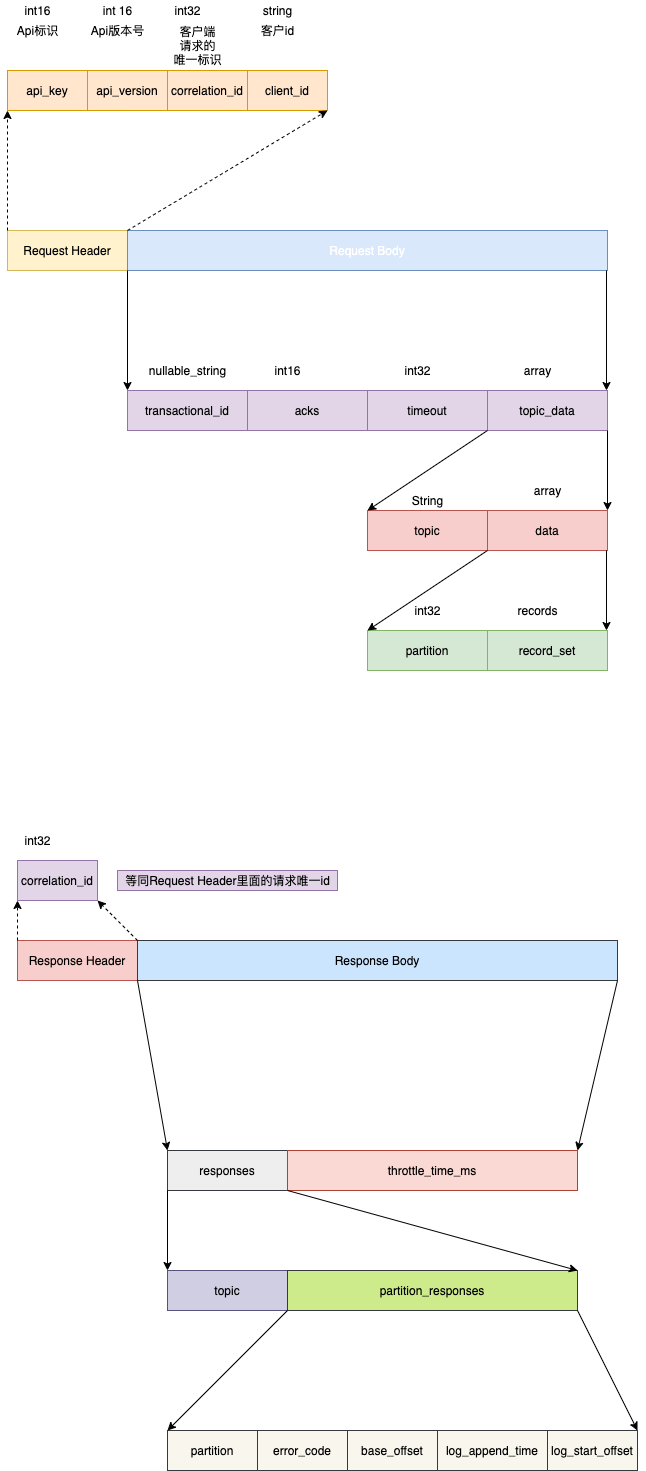
This is kafka/protocol/Request-Response-body-struct.png from sivanbil/architecthure-diagram, a draw.io export, as it was before one commit. Source tidied: cells renumbered, new cells last; positions are measured from the earlier drawing's top-left corner, leaving out a move shared by most shapes. The source it was exported from:
```xml
<mxGraphModel>
  <root>
    <mxCell id="0" />
    <mxCell id="1" parent="0" />
    <mxCell id="2" value="Request Header" style="rounded=0;whiteSpace=wrap;html=1;fillColor=#fff2cc;strokeColor=#d6b656;" parent="1" vertex="1">
      <mxGeometry y="230" width="120" height="40" as="geometry" />
    </mxCell>
    <mxCell id="3" value="Request Body" style="rounded=0;whiteSpace=wrap;html=1;fillColor=#dae8fc;strokeColor=#6c8ebf;fontColor=#ffffff;" parent="1" vertex="1">
      <mxGeometry x="120" y="230" width="480" height="40" as="geometry" />
    </mxCell>
    <mxCell id="4" value="api_key" style="rounded=0;whiteSpace=wrap;html=1;fillColor=#ffe6cc;strokeColor=#d79b00;" parent="1" vertex="1">
      <mxGeometry y="70" width="80" height="40" as="geometry" />
    </mxCell>
    <mxCell id="5" value="api_version" style="rounded=0;whiteSpace=wrap;html=1;fillColor=#ffe6cc;strokeColor=#d79b00;" parent="1" vertex="1">
      <mxGeometry x="80" y="70" width="80" height="40" as="geometry" />
    </mxCell>
    <mxCell id="6" value="correlation_id" style="rounded=0;whiteSpace=wrap;html=1;fillColor=#ffe6cc;strokeColor=#d79b00;" parent="1" vertex="1">
      <mxGeometry x="160" y="70" width="80" height="40" as="geometry" />
    </mxCell>
    <mxCell id="7" value="client_id" style="rounded=0;whiteSpace=wrap;html=1;fillColor=#ffe6cc;strokeColor=#d79b00;" parent="1" vertex="1">
      <mxGeometry x="240" y="70" width="80" height="40" as="geometry" />
    </mxCell>
    <mxCell id="8" style="endArrow=classic;html=1;exitX=0;exitY=0;exitDx=0;exitDy=0;entryX=1;entryY=1;entryDx=0;entryDy=0;dashed=1;" parent="1" edge="1" source="3" target="7">
      <mxGeometry relative="1" as="geometry" />
    </mxCell>
    <mxCell id="9" style="endArrow=classic;html=1;entryX=0;entryY=1;entryDx=0;entryDy=0;exitX=0;exitY=0;exitDx=0;exitDy=0;dashed=1;" parent="1" edge="1" source="2" target="4">
      <mxGeometry relative="1" as="geometry" />
    </mxCell>
    <mxCell id="10" value="Api标识" style="text;html=1;align=center;verticalAlign=middle;strokeColor=none;fillColor=none;" parent="1" vertex="1">
      <mxGeometry y="20" width="60" height="20" as="geometry" />
    </mxCell>
    <mxCell id="11" value="Api版本号" style="text;html=1;align=center;verticalAlign=middle;strokeColor=none;fillColor=none;" parent="1" vertex="1">
      <mxGeometry x="75" y="20" width="70" height="20" as="geometry" />
    </mxCell>
    <mxCell id="12" value="客户端&lt;br&gt;请求的&lt;br&gt;唯一标识" style="text;html=1;align=center;verticalAlign=middle;strokeColor=none;fillColor=none;" parent="1" vertex="1">
      <mxGeometry x="160" y="20" width="60" height="50" as="geometry" />
    </mxCell>
    <mxCell id="13" value="客户id" style="text;html=1;align=center;verticalAlign=middle;strokeColor=none;fillColor=none;" parent="1" vertex="1">
      <mxGeometry x="245" y="20" width="50" height="20" as="geometry" />
    </mxCell>
    <mxCell id="14" value="Response Header" style="rounded=0;whiteSpace=wrap;html=1;fillColor=#f8cecc;strokeColor=#b85450;" parent="1" vertex="1">
      <mxGeometry x="10" y="940" width="120" height="40" as="geometry" />
    </mxCell>
    <mxCell id="15" value="Response Body" style="rounded=0;whiteSpace=wrap;html=1;fillColor=#cce5ff;strokeColor=#36393d;" parent="1" vertex="1">
      <mxGeometry x="130" y="940" width="480" height="40" as="geometry" />
    </mxCell>
    <mxCell id="16" value="&lt;span&gt;correlation_id&lt;/span&gt;" style="rounded=0;whiteSpace=wrap;html=1;fillColor=#e1d5e7;strokeColor=#9673a6;" parent="1" vertex="1">
      <mxGeometry x="10" y="860" width="80" height="40" as="geometry" />
    </mxCell>
    <mxCell id="17" style="endArrow=classic;html=1;entryX=0;entryY=1;entryDx=0;entryDy=0;exitX=0;exitY=0;exitDx=0;exitDy=0;dashed=1;" parent="1" edge="1" source="14" target="16">
      <mxGeometry relative="1" as="geometry" />
    </mxCell>
    <mxCell id="18" style="endArrow=classic;html=1;entryX=0;entryY=1;entryDx=0;entryDy=0;exitX=1;exitY=0;exitDx=0;exitDy=0;dashed=1;" parent="1" edge="1" source="14">
      <mxGeometry relative="1" as="geometry">
        <mxPoint x="90" y="900" as="targetPoint" />
      </mxGeometry>
    </mxCell>
    <mxCell id="19" value="等同Request Header里面的请求唯一id" style="text;html=1;align=center;verticalAlign=middle;strokeColor=#9673a6;fillColor=#e1d5e7;" parent="1" vertex="1">
      <mxGeometry x="110" y="870" width="220" height="20" as="geometry" />
    </mxCell>
    <mxCell id="20" value="int32" style="text;html=1;align=center;verticalAlign=middle;strokeColor=none;fillColor=none;" parent="1" vertex="1">
      <mxGeometry x="10" y="830" width="40" height="20" as="geometry" />
    </mxCell>
    <mxCell id="21" value="int16" style="text;html=1;align=center;verticalAlign=middle;strokeColor=none;fillColor=none;" parent="1" vertex="1">
      <mxGeometry x="10" width="40" height="20" as="geometry" />
    </mxCell>
    <mxCell id="22" value="int 16" style="text;html=1;align=center;verticalAlign=middle;strokeColor=none;fillColor=none;" parent="1" vertex="1">
      <mxGeometry x="90" width="40" height="20" as="geometry" />
    </mxCell>
    <mxCell id="23" value="int32" style="text;html=1;align=center;verticalAlign=middle;strokeColor=none;fillColor=none;" parent="1" vertex="1">
      <mxGeometry x="160" width="40" height="20" as="geometry" />
    </mxCell>
    <mxCell id="24" value="string" style="text;html=1;align=center;verticalAlign=middle;strokeColor=none;fillColor=none;" parent="1" vertex="1">
      <mxGeometry x="250" width="40" height="20" as="geometry" />
    </mxCell>
    <mxCell id="25" value="transactional_id" style="rounded=0;whiteSpace=wrap;html=1;fillColor=#e1d5e7;strokeColor=#9673a6;" parent="1" vertex="1">
      <mxGeometry x="120" y="390" width="120" height="40" as="geometry" />
    </mxCell>
    <mxCell id="26" value="acks" style="rounded=0;whiteSpace=wrap;html=1;fillColor=#e1d5e7;strokeColor=#9673a6;" parent="1" vertex="1">
      <mxGeometry x="240" y="390" width="120" height="40" as="geometry" />
    </mxCell>
    <mxCell id="27" value="timeout" style="rounded=0;whiteSpace=wrap;html=1;fillColor=#e1d5e7;strokeColor=#9673a6;" parent="1" vertex="1">
      <mxGeometry x="360" y="390" width="120" height="40" as="geometry" />
    </mxCell>
    <mxCell id="28" value="topic_data" style="rounded=0;whiteSpace=wrap;html=1;fillColor=#e1d5e7;strokeColor=#9673a6;" parent="1" vertex="1">
      <mxGeometry x="480" y="390" width="120" height="40" as="geometry" />
    </mxCell>
    <mxCell id="29" value="topic" style="rounded=0;whiteSpace=wrap;html=1;fillColor=#f8cecc;strokeColor=#b85450;" parent="1" vertex="1">
      <mxGeometry x="360" y="510" width="120" height="40" as="geometry" />
    </mxCell>
    <mxCell id="30" value="data" style="rounded=0;whiteSpace=wrap;html=1;fillColor=#f8cecc;strokeColor=#b85450;" parent="1" vertex="1">
      <mxGeometry x="480" y="510" width="120" height="40" as="geometry" />
    </mxCell>
    <mxCell id="31" style="endArrow=classic;html=1;entryX=0;entryY=0;entryDx=0;entryDy=0;exitX=0;exitY=1;exitDx=0;exitDy=0;" parent="1" edge="1" source="28" target="29">
      <mxGeometry relative="1" as="geometry" />
    </mxCell>
    <mxCell id="32" style="endArrow=classic;html=1;exitX=1;exitY=1;exitDx=0;exitDy=0;entryX=1;entryY=0;entryDx=0;entryDy=0;" parent="1" edge="1" source="28" target="30">
      <mxGeometry relative="1" as="geometry" />
    </mxCell>
    <mxCell id="33" value="partition" style="rounded=0;whiteSpace=wrap;html=1;fillColor=#d5e8d4;strokeColor=#82b366;" parent="1" vertex="1">
      <mxGeometry x="360" y="630" width="120" height="40" as="geometry" />
    </mxCell>
    <mxCell id="34" value="record_set" style="rounded=0;whiteSpace=wrap;html=1;fillColor=#d5e8d4;strokeColor=#82b366;" parent="1" vertex="1">
      <mxGeometry x="480" y="630" width="120" height="40" as="geometry" />
    </mxCell>
    <mxCell id="35" style="endArrow=classic;html=1;entryX=0;entryY=0;entryDx=0;entryDy=0;exitX=0;exitY=1;exitDx=0;exitDy=0;" parent="1" edge="1">
      <mxGeometry relative="1" as="geometry">
        <mxPoint x="480" y="550" as="sourcePoint" />
        <mxPoint x="360" y="630" as="targetPoint" />
      </mxGeometry>
    </mxCell>
    <mxCell id="36" style="endArrow=classic;html=1;exitX=1;exitY=1;exitDx=0;exitDy=0;entryX=1;entryY=0;entryDx=0;entryDy=0;" parent="1" edge="1">
      <mxGeometry relative="1" as="geometry">
        <mxPoint x="599" y="550" as="sourcePoint" />
        <mxPoint x="599" y="630" as="targetPoint" />
      </mxGeometry>
    </mxCell>
    <mxCell id="37" style="endArrow=classic;html=1;exitX=0;exitY=1;exitDx=0;exitDy=0;" parent="1" edge="1" source="3">
      <mxGeometry relative="1" as="geometry">
        <mxPoint x="120" y="390" as="targetPoint" />
      </mxGeometry>
    </mxCell>
    <mxCell id="38" style="endArrow=classic;html=1;exitX=0;exitY=1;exitDx=0;exitDy=0;" parent="1" edge="1">
      <mxGeometry relative="1" as="geometry">
        <mxPoint x="599" y="270" as="sourcePoint" />
        <mxPoint x="599" y="390" as="targetPoint" />
      </mxGeometry>
    </mxCell>
    <mxCell id="39" value="nullable_string" style="text;html=1;align=center;verticalAlign=middle;strokeColor=none;fillColor=none;" parent="1" vertex="1">
      <mxGeometry x="135" y="360" width="90" height="20" as="geometry" />
    </mxCell>
    <mxCell id="40" value="int16" style="text;html=1;align=center;verticalAlign=middle;strokeColor=none;fillColor=none;" parent="1" vertex="1">
      <mxGeometry x="260" y="360" width="40" height="20" as="geometry" />
    </mxCell>
    <mxCell id="41" value="int32" style="text;html=1;align=center;verticalAlign=middle;strokeColor=none;fillColor=none;" parent="1" vertex="1">
      <mxGeometry x="390" y="360" width="40" height="20" as="geometry" />
    </mxCell>
    <mxCell id="42" value="array" style="text;html=1;align=center;verticalAlign=middle;strokeColor=none;fillColor=none;" parent="1" vertex="1">
      <mxGeometry x="510" y="360" width="40" height="20" as="geometry" />
    </mxCell>
    <mxCell id="43" value="array" style="text;html=1;align=center;verticalAlign=middle;strokeColor=none;fillColor=none;" parent="1" vertex="1">
      <mxGeometry x="520" y="480" width="40" height="20" as="geometry" />
    </mxCell>
    <mxCell id="44" value="String" style="text;html=1;align=center;verticalAlign=middle;strokeColor=none;fillColor=none;" parent="1" vertex="1">
      <mxGeometry x="395" y="490" width="50" height="20" as="geometry" />
    </mxCell>
    <mxCell id="45" value="int32" style="text;html=1;align=center;verticalAlign=middle;strokeColor=none;fillColor=none;" parent="1" vertex="1">
      <mxGeometry x="400" y="600" width="40" height="20" as="geometry" />
    </mxCell>
    <mxCell id="46" value="records" style="text;html=1;align=center;verticalAlign=middle;strokeColor=none;fillColor=none;" parent="1" vertex="1">
      <mxGeometry x="500" y="600" width="60" height="20" as="geometry" />
    </mxCell>
    <mxCell id="47" value="responses" style="rounded=0;whiteSpace=wrap;html=1;fillColor=#eeeeee;strokeColor=#36393d;" parent="1" vertex="1">
      <mxGeometry x="160" y="1150" width="120" height="40" as="geometry" />
    </mxCell>
    <mxCell id="48" value="throttle_time_ms" style="rounded=0;whiteSpace=wrap;html=1;fillColor=#fad9d5;strokeColor=#ae4132;" parent="1" vertex="1">
      <mxGeometry x="280" y="1150" width="290" height="40" as="geometry" />
    </mxCell>
    <mxCell id="49" value="topic" style="rounded=0;whiteSpace=wrap;html=1;fillColor=#d0cee2;strokeColor=#56517e;" parent="1" vertex="1">
      <mxGeometry x="160" y="1270" width="120" height="40" as="geometry" />
    </mxCell>
    <mxCell id="50" value="partition_responses" style="rounded=0;whiteSpace=wrap;html=1;fillColor=#cdeb8b;strokeColor=#36393d;" parent="1" vertex="1">
      <mxGeometry x="280" y="1270" width="290" height="40" as="geometry" />
    </mxCell>
    <mxCell id="51" value="partition" style="rounded=0;whiteSpace=wrap;html=1;fillColor=#f9f7ed;strokeColor=#36393d;" parent="1" vertex="1">
      <mxGeometry x="160" y="1430" width="90" height="40" as="geometry" />
    </mxCell>
    <mxCell id="52" value="error_code" style="rounded=0;whiteSpace=wrap;html=1;fillColor=#f9f7ed;strokeColor=#36393d;" parent="1" vertex="1">
      <mxGeometry x="250" y="1430" width="90" height="40" as="geometry" />
    </mxCell>
    <mxCell id="53" value="base_offset" style="rounded=0;whiteSpace=wrap;html=1;fillColor=#f9f7ed;strokeColor=#36393d;" parent="1" vertex="1">
      <mxGeometry x="340" y="1430" width="90" height="40" as="geometry" />
    </mxCell>
    <mxCell id="54" value="log_append_time" style="rounded=0;whiteSpace=wrap;html=1;fillColor=#f9f7ed;strokeColor=#36393d;" parent="1" vertex="1">
      <mxGeometry x="430" y="1430" width="110" height="40" as="geometry" />
    </mxCell>
    <mxCell id="55" value="log_start_offset" style="rounded=0;whiteSpace=wrap;html=1;fillColor=#f9f7ed;strokeColor=#36393d;" parent="1" vertex="1">
      <mxGeometry x="540" y="1430" width="90" height="40" as="geometry" />
    </mxCell>
    <mxCell id="56" style="endArrow=classic;html=1;entryX=0;entryY=0;entryDx=0;entryDy=0;exitX=0;exitY=1;exitDx=0;exitDy=0;" parent="1" edge="1" source="15" target="47">
      <mxGeometry relative="1" as="geometry" />
    </mxCell>
    <mxCell id="57" style="endArrow=classic;html=1;entryX=1;entryY=0;entryDx=0;entryDy=0;exitX=0;exitY=1;exitDx=0;exitDy=0;" parent="1" edge="1" target="48">
      <mxGeometry relative="1" as="geometry">
        <mxPoint x="610" y="980" as="sourcePoint" />
      </mxGeometry>
    </mxCell>
    <mxCell id="58" style="endArrow=classic;html=1;entryX=0;entryY=0;entryDx=0;entryDy=0;exitX=0;exitY=1;exitDx=0;exitDy=0;" parent="1" edge="1" target="49">
      <mxGeometry relative="1" as="geometry">
        <mxPoint x="160" y="1190" as="sourcePoint" />
      </mxGeometry>
    </mxCell>
    <mxCell id="59" style="endArrow=classic;html=1;entryX=1;entryY=0;entryDx=0;entryDy=0;exitX=0;exitY=1;exitDx=0;exitDy=0;" parent="1" edge="1" target="50">
      <mxGeometry relative="1" as="geometry">
        <mxPoint x="280" y="1190" as="sourcePoint" />
      </mxGeometry>
    </mxCell>
    <mxCell id="60" style="endArrow=classic;html=1;entryX=0;entryY=0;entryDx=0;entryDy=0;exitX=0;exitY=1;exitDx=0;exitDy=0;" parent="1" edge="1" target="51">
      <mxGeometry relative="1" as="geometry">
        <mxPoint x="280" y="1310" as="sourcePoint" />
      </mxGeometry>
    </mxCell>
    <mxCell id="61" style="endArrow=classic;html=1;entryX=1;entryY=0;entryDx=0;entryDy=0;exitX=0;exitY=1;exitDx=0;exitDy=0;" parent="1" edge="1" target="55">
      <mxGeometry relative="1" as="geometry">
        <mxPoint x="570" y="1310" as="sourcePoint" />
      </mxGeometry>
    </mxCell>
  </root>
</mxGraphModel>
```
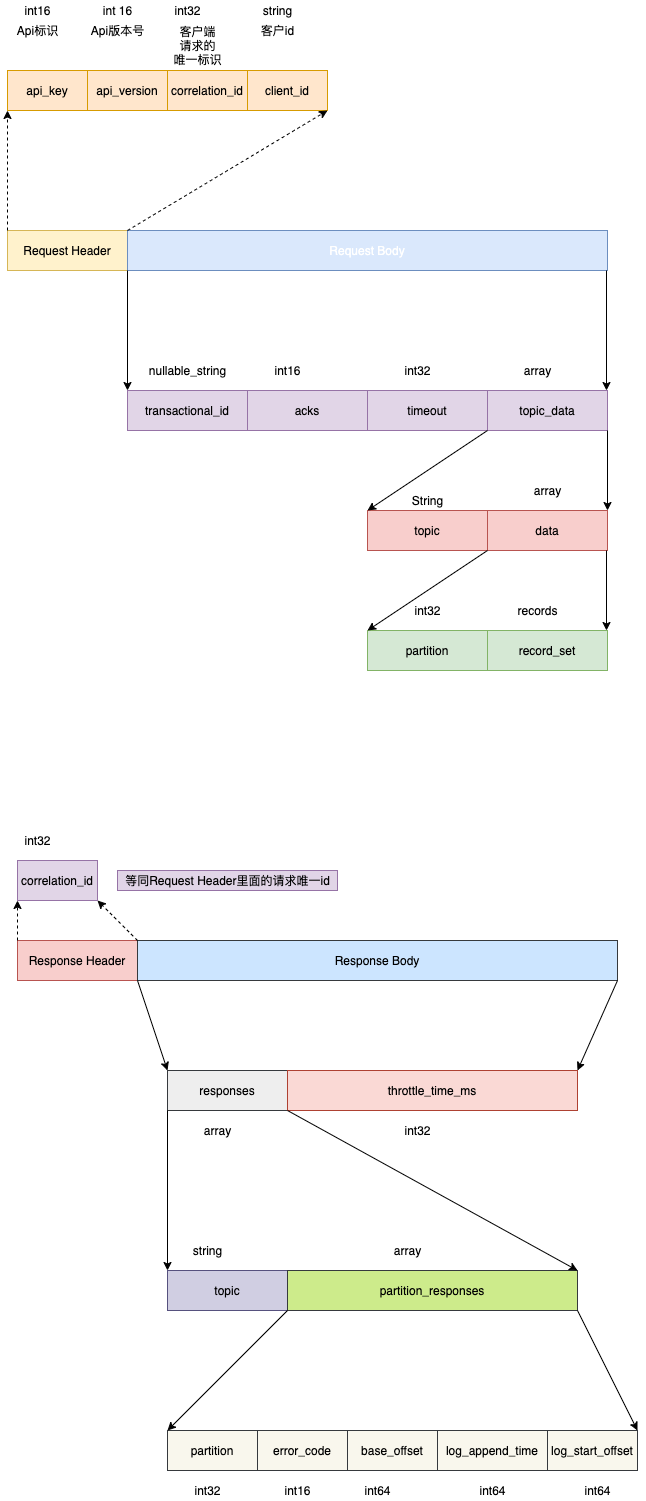
Above is the later version.

Change to the diagram source:
```diff
@@ -151,10 +151,10 @@
       <mxGeometry x="500" y="600" width="60" height="20" as="geometry" />
     </mxCell>
     <mxCell id="47" value="responses" style="rounded=0;whiteSpace=wrap;html=1;fillColor=#eeeeee;strokeColor=#36393d;" parent="1" vertex="1">
-      <mxGeometry x="160" y="1150" width="120" height="40" as="geometry" />
+      <mxGeometry x="160" y="1070" width="120" height="40" as="geometry" />
     </mxCell>
     <mxCell id="48" value="throttle_time_ms" style="rounded=0;whiteSpace=wrap;html=1;fillColor=#fad9d5;strokeColor=#ae4132;" parent="1" vertex="1">
-      <mxGeometry x="280" y="1150" width="290" height="40" as="geometry" />
+      <mxGeometry x="280" y="1070" width="290" height="40" as="geometry" />
     </mxCell>
     <mxCell id="49" value="topic" style="rounded=0;whiteSpace=wrap;html=1;fillColor=#d0cee2;strokeColor=#56517e;" parent="1" vertex="1">
       <mxGeometry x="160" y="1270" width="120" height="40" as="geometry" />
@@ -185,15 +185,11 @@
         <mxPoint x="610" y="980" as="sourcePoint" />
       </mxGeometry>
     </mxCell>
-    <mxCell id="58" style="endArrow=classic;html=1;entryX=0;entryY=0;entryDx=0;entryDy=0;exitX=0;exitY=1;exitDx=0;exitDy=0;" parent="1" edge="1" target="49">
-      <mxGeometry relative="1" as="geometry">
-        <mxPoint x="160" y="1190" as="sourcePoint" />
-      </mxGeometry>
+    <mxCell id="58" style="endArrow=classic;html=1;entryX=0;entryY=0;entryDx=0;entryDy=0;exitX=0;exitY=1;exitDx=0;exitDy=0;" parent="1" edge="1" source="47" target="49">
+      <mxGeometry relative="1" as="geometry" />
     </mxCell>
-    <mxCell id="59" style="endArrow=classic;html=1;entryX=1;entryY=0;entryDx=0;entryDy=0;exitX=0;exitY=1;exitDx=0;exitDy=0;" parent="1" edge="1" target="50">
-      <mxGeometry relative="1" as="geometry">
-        <mxPoint x="280" y="1190" as="sourcePoint" />
-      </mxGeometry>
+    <mxCell id="59" style="endArrow=classic;html=1;entryX=1;entryY=0;entryDx=0;entryDy=0;exitX=1;exitY=1;exitDx=0;exitDy=0;" parent="1" edge="1" source="47" target="50">
+      <mxGeometry relative="1" as="geometry" />
     </mxCell>
     <mxCell id="60" style="endArrow=classic;html=1;entryX=0;entryY=0;entryDx=0;entryDy=0;exitX=0;exitY=1;exitDx=0;exitDy=0;" parent="1" edge="1" target="51">
       <mxGeometry relative="1" as="geometry">
@@ -205,5 +201,32 @@
         <mxPoint x="570" y="1310" as="sourcePoint" />
       </mxGeometry>
     </mxCell>
+    <mxCell id="62" value="int32" style="text;html=1;align=center;verticalAlign=middle;strokeColor=none;fillColor=none;" parent="1" vertex="1">
+      <mxGeometry x="180" y="1480" width="40" height="20" as="geometry" />
+    </mxCell>
+    <mxCell id="63" value="int16" style="text;html=1;align=center;verticalAlign=middle;strokeColor=none;fillColor=none;" parent="1" vertex="1">
+      <mxGeometry x="270" y="1480" width="40" height="20" as="geometry" />
+    </mxCell>
+    <mxCell id="64" value="int64" style="text;html=1;align=center;verticalAlign=middle;strokeColor=none;fillColor=none;" parent="1" vertex="1">
+      <mxGeometry x="350" y="1480" width="40" height="20" as="geometry" />
+    </mxCell>
+    <mxCell id="65" value="int64" style="text;html=1;align=center;verticalAlign=middle;strokeColor=none;fillColor=none;" parent="1" vertex="1">
+      <mxGeometry x="465" y="1480" width="40" height="20" as="geometry" />
+    </mxCell>
+    <mxCell id="66" value="int64" style="text;html=1;align=center;verticalAlign=middle;strokeColor=none;fillColor=none;" parent="1" vertex="1">
+      <mxGeometry x="570" y="1480" width="40" height="20" as="geometry" />
+    </mxCell>
+    <mxCell id="67" value="array" style="text;html=1;align=center;verticalAlign=middle;strokeColor=none;fillColor=none;" parent="1" vertex="1">
+      <mxGeometry x="380" y="1240" width="40" height="20" as="geometry" />
+    </mxCell>
+    <mxCell id="68" value="string" style="text;html=1;align=center;verticalAlign=middle;strokeColor=none;fillColor=none;" parent="1" vertex="1">
+      <mxGeometry x="180" y="1240" width="40" height="20" as="geometry" />
+    </mxCell>
+    <mxCell id="69" value="array" style="text;html=1;align=center;verticalAlign=middle;strokeColor=none;fillColor=none;" parent="1" vertex="1">
+      <mxGeometry x="190" y="1120" width="40" height="20" as="geometry" />
+    </mxCell>
+    <mxCell id="70" value="int32" style="text;html=1;align=center;verticalAlign=middle;strokeColor=none;fillColor=none;" parent="1" vertex="1">
+      <mxGeometry x="390" y="1120" width="40" height="20" as="geometry" />
+    </mxCell>
   </root>
 </mxGraphModel>
```
